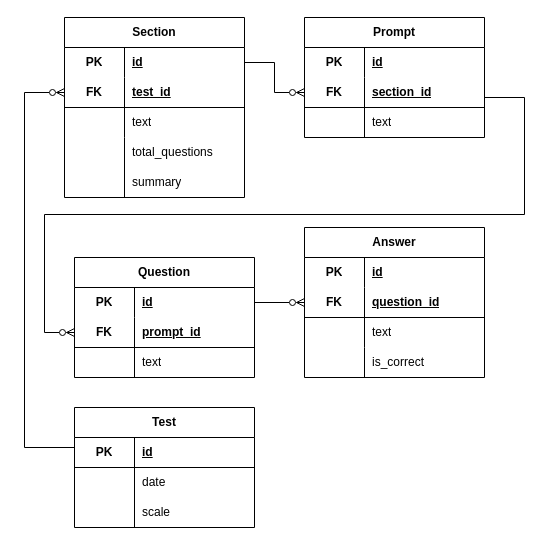
This is data/lsat-er.drawio from brand-nap/lsat-study-app, a draw.io file, before an edit. Source tidied: cells renumbered, new cells numbered last; positions are measured from the earlier drawing's top-left corner, leaving out a move shared by most shapes. Both pictures are drawn from the tidied source at 100%, with x=0, y=0 at pixel (24, 17).
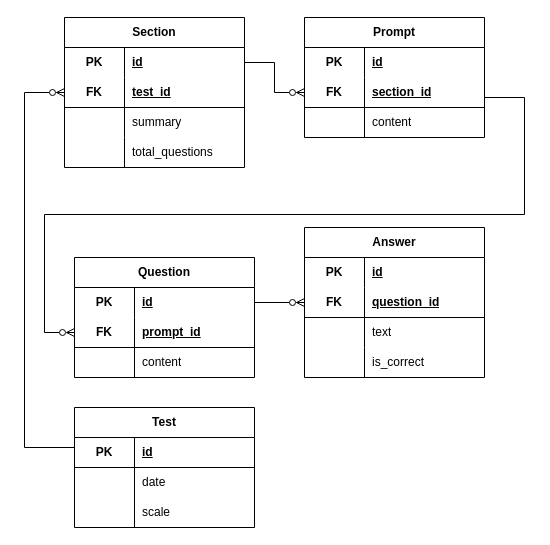
After the change.

Commit message (it also covers changes not shown here):
Lots of work encoding the lsat pdf into sql file.

Unchanged cells that the change refers to:
```xml
<mxCell id="9" style="shape=tableRow;horizontal=0;startSize=0;swimlaneHead=0;swimlaneBody=0;fillColor=none;top=0;left=0;right=0;bottom=0;html=1;" parent="2" vertex="1">
  <mxGeometry y="90" width="180" height="30" as="geometry" />
</mxCell>
<mxCell id="19" style="shape=tableRow;horizontal=0;startSize=0;swimlaneHead=0;swimlaneBody=0;fillColor=none;top=0;left=0;right=0;bottom=0;html=1;" parent="12" vertex="1">
  <mxGeometry y="90" width="180" height="30" as="geometry" />
</mxCell>
<mxCell id="51" style="shape=tableRow;horizontal=0;startSize=0;swimlaneHead=0;swimlaneBody=0;fillColor=none;top=0;left=0;right=0;bottom=0;html=1;" parent="44" vertex="1">
  <mxGeometry y="90" width="180" height="30" as="geometry" />
</mxCell>
```

The edit, as a diff of the source:
```diff
@@
-    <mxCell id="11" value="text" style="shape=partialRectangle;fillColor=none;top=0;left=0;bottom=0;right=0;align=left;spacingLeft=6;overflow=hidden;html=1;whiteSpace=wrap;" parent="9" vertex="1">
+    <mxCell id="11" value="content" style="shape=partialRectangle;fillColor=none;top=0;left=0;bottom=0;right=0;align=left;spacingLeft=6;overflow=hidden;html=1;whiteSpace=wrap;" parent="9" vertex="1">
       <mxGeometry x="60" width="120" height="30" as="geometry" />
     </mxCell>
@@
-    <mxCell id="21" value="text" style="shape=partialRectangle;fillColor=none;top=0;left=0;bottom=0;right=0;align=left;spacingLeft=6;overflow=hidden;html=1;whiteSpace=wrap;" parent="19" vertex="1">
+    <mxCell id="21" value="content" style="shape=partialRectangle;fillColor=none;top=0;left=0;bottom=0;right=0;align=left;spacingLeft=6;overflow=hidden;html=1;whiteSpace=wrap;" parent="19" vertex="1">
       <mxGeometry x="60" width="120" height="30" as="geometry" />
     </mxCell>
@@
     <mxCell id="44" value="Section" style="shape=table;startSize=30;childLayout=tableLayout;rowLines=0;fontStyle=1;align=center;html=1;whiteSpace=wrap;" parent="1" vertex="1">
-      <mxGeometry x="40" width="180" height="180" as="geometry" />
+      <mxGeometry x="40" width="180" height="150" as="geometry" />
     </mxCell>
@@
-    <mxCell id="53" value="text" style="shape=partialRectangle;fillColor=none;top=0;left=0;bottom=0;right=0;align=left;spacingLeft=6;overflow=hidden;html=1;whiteSpace=wrap;" parent="51" vertex="1">
+    <mxCell id="53" value="summary" style="shape=partialRectangle;fillColor=none;top=0;left=0;bottom=0;right=0;align=left;spacingLeft=6;overflow=hidden;html=1;whiteSpace=wrap;" parent="51" vertex="1">
       <mxGeometry x="60" width="120" height="30" as="geometry" />
     </mxCell>
@@
-    <mxCell id="57" value="summary" style="shape=partialRectangle;fillColor=none;top=0;left=1;bottom=0;right=0;align=left;spacingLeft=6;overflow=hidden;html=1;whiteSpace=wrap;strokeColor=default;perimeterSpacing=0;" parent="1" vertex="1">
-      <mxGeometry x="100" y="150" width="120" height="30" as="geometry" />
-    </mxCell>
```
